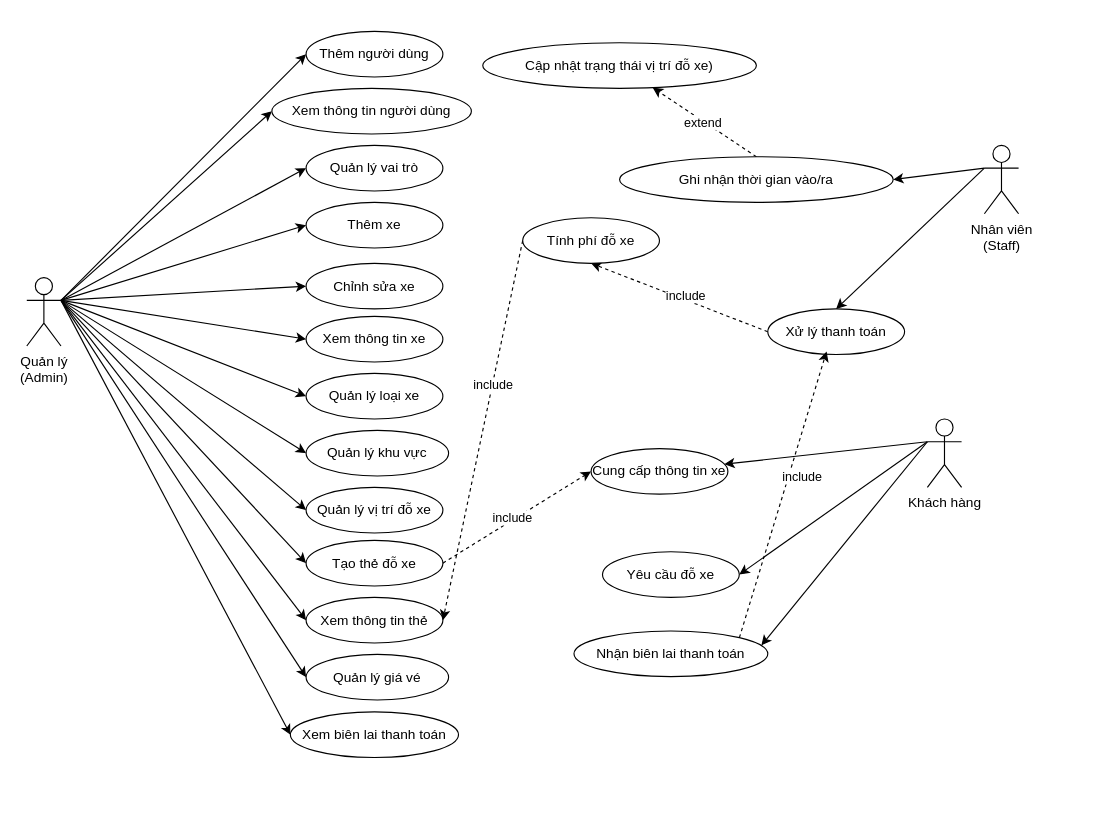
Before: page "use-case(Tổng quát)" (5 of 10) of ParkingManagement.drawio in parking-management-vh/parking-management, a draw.io diagram. Source tidied: cells renumbered, new cells numbered last; positions are measured from the earlier drawing's top-left corner, leaving out a move shared by most shapes. Both pictures are drawn from the tidied source at 114%, with x=0, y=0 at pixel (26, 31).
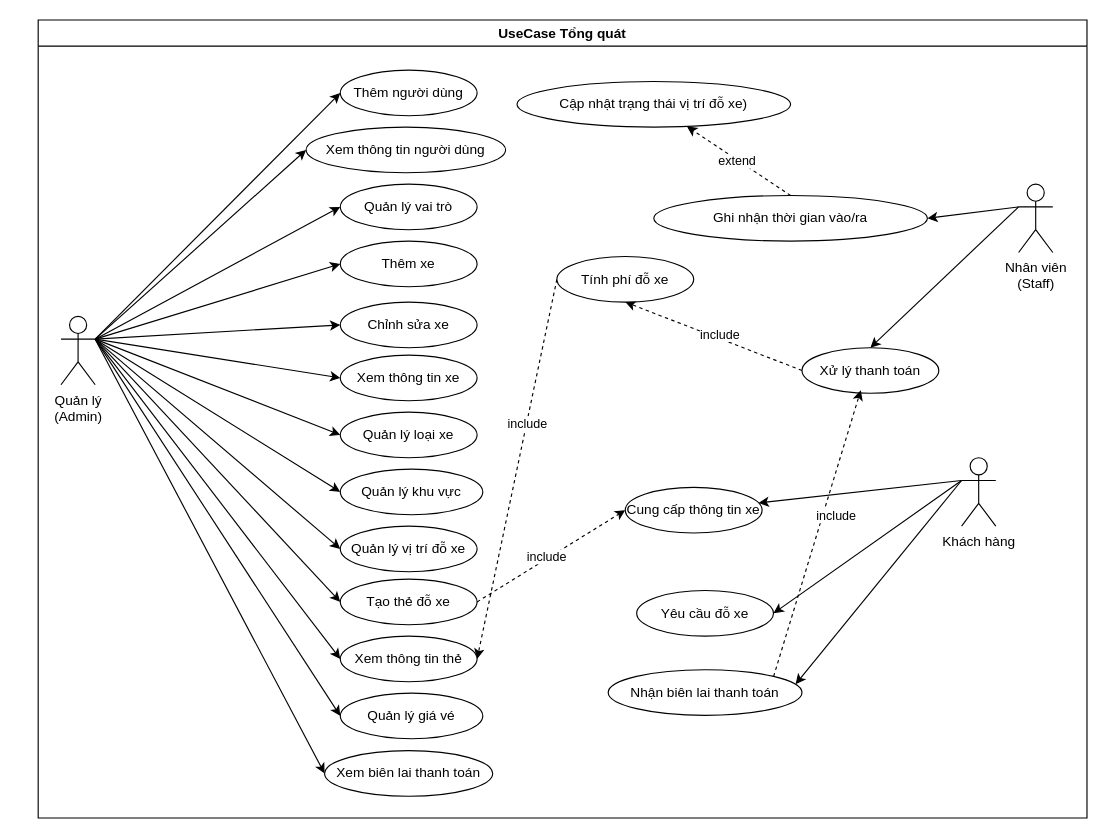
After the change.

Commit message (it also covers changes not shown here):
Cập nhật ParkingManagement.drawio

The edit, as a diff of the source:
```diff
@@
+    <mxCell id="53" value="UseCase Tổng quát" style="swimlane;whiteSpace=wrap;html=1;" parent="1" vertex="1">
+      <mxGeometry x="10" y="-10" width="920" height="700" as="geometry" />
+    </mxCell>
-    <mxCell id="2" value="Nhân viên&lt;div&gt;(Staff)&lt;/div&gt;" style="shape=umlActor;verticalLabelPosition=bottom;verticalAlign=top;html=1;outlineConnect=0;" parent="1" vertex="1">
-      <mxGeometry x="840" y="100" width="30" height="60" as="geometry" />
+    <mxCell id="2" value="Nhân viên&lt;div&gt;(Staff)&lt;/div&gt;" style="shape=umlActor;verticalLabelPosition=bottom;verticalAlign=top;html=1;outlineConnect=0;" parent="53" vertex="1">
+      <mxGeometry x="860" y="144" width="30" height="60" as="geometry" />
     </mxCell>
-    <mxCell id="3" style="rounded=0;jettySize=auto;html=1;exitX=1;exitY=0.3333333333333333;exitDx=0;exitDy=0;exitPerimeter=0;entryX=0;entryY=0.5;entryDx=0;entryDy=0;" parent="1" edge="1" source="5" target="8">
+    <mxCell id="3" style="rounded=0;jettySize=auto;html=1;exitX=1;exitY=0.3333333333333333;exitDx=0;exitDy=0;exitPerimeter=0;entryX=0;entryY=0.5;entryDx=0;entryDy=0;" parent="53" edge="1" source="5" target="8">
       <mxGeometry relative="1" as="geometry" />
     </mxCell>
-    <mxCell id="4" style="rounded=0;jettySize=auto;html=1;exitX=1;exitY=0.3333333333333333;exitDx=0;exitDy=0;exitPerimeter=0;entryX=0;entryY=0.5;entryDx=0;entryDy=0;" parent="1" edge="1" source="5" target="9">
+    <mxCell id="4" style="rounded=0;jettySize=auto;html=1;exitX=1;exitY=0.3333333333333333;exitDx=0;exitDy=0;exitPerimeter=0;entryX=0;entryY=0.5;entryDx=0;entryDy=0;" parent="53" edge="1" source="5" target="9">
       <mxGeometry relative="1" as="geometry" />
     </mxCell>
-    <mxCell id="5" value="Quản lý&lt;div&gt;(Admin)&lt;/div&gt;" style="shape=umlActor;verticalLabelPosition=bottom;verticalAlign=top;html=1;outlineConnect=0;" parent="1" vertex="1">
-      <mxGeometry y="216" width="30" height="60" as="geometry" />
+    <mxCell id="5" value="Quản lý&lt;div&gt;(Admin)&lt;/div&gt;" style="shape=umlActor;verticalLabelPosition=bottom;verticalAlign=top;html=1;outlineConnect=0;" parent="53" vertex="1">
+      <mxGeometry x="20" y="260" width="30" height="60" as="geometry" />
     </mxCell>
-    <mxCell id="6" style="rounded=0;jettySize=auto;html=1;exitX=0;exitY=0.3333333333333333;exitDx=0;exitDy=0;exitPerimeter=0;" parent="1" edge="1" source="7" target="34">
+    <mxCell id="6" style="rounded=0;jettySize=auto;html=1;exitX=0;exitY=0.3333333333333333;exitDx=0;exitDy=0;exitPerimeter=0;" parent="53" edge="1" source="7" target="34">
       <mxGeometry relative="1" as="geometry" />
     </mxCell>
-    <mxCell id="7" value="Khách hàng" style="shape=umlActor;verticalLabelPosition=bottom;verticalAlign=top;html=1;outlineConnect=0;" parent="1" vertex="1">
-      <mxGeometry x="790" y="340" width="30" height="60" as="geometry" />
+    <mxCell id="7" value="Khách hàng" style="shape=umlActor;verticalLabelPosition=bottom;verticalAlign=top;html=1;outlineConnect=0;" parent="53" vertex="1">
+      <mxGeometry x="810" y="384" width="30" height="60" as="geometry" />
     </mxCell>
-    <mxCell id="8" value="&lt;div&gt;Thêm người dùng&lt;/div&gt;" style="ellipse;whiteSpace=wrap;html=1;" parent="1" vertex="1">
-      <mxGeometry x="245" width="120" height="40" as="geometry" />
+    <mxCell id="8" value="&lt;div&gt;Thêm người dùng&lt;/div&gt;" style="ellipse;whiteSpace=wrap;html=1;" parent="53" vertex="1">
+      <mxGeometry x="265" y="44" width="120" height="40" as="geometry" />
     </mxCell>
-    <mxCell id="9" value="&lt;div&gt;Xem thông tin người dùng&lt;/div&gt;" style="ellipse;whiteSpace=wrap;html=1;" parent="1" vertex="1">
-      <mxGeometry x="215" y="50" width="175" height="40" as="geometry" />
+    <mxCell id="9" value="&lt;div&gt;Xem thông tin người dùng&lt;/div&gt;" style="ellipse;whiteSpace=wrap;html=1;" parent="53" vertex="1">
+      <mxGeometry x="235" y="94" width="175" height="40" as="geometry" />
     </mxCell>
-    <mxCell id="10" value="&lt;div&gt;Quản lý vai trò&lt;/div&gt;" style="ellipse;whiteSpace=wrap;html=1;" parent="1" vertex="1">
-      <mxGeometry x="245" y="100" width="120" height="40" as="geometry" />
+    <mxCell id="10" value="&lt;div&gt;Quản lý vai trò&lt;/div&gt;" style="ellipse;whiteSpace=wrap;html=1;" parent="53" vertex="1">
+      <mxGeometry x="265" y="144" width="120" height="40" as="geometry" />
     </mxCell>
-    <mxCell id="11" value="&lt;div&gt;Thêm xe&lt;/div&gt;" style="ellipse;whiteSpace=wrap;html=1;" parent="1" vertex="1">
-      <mxGeometry x="245" y="150" width="120" height="40" as="geometry" />
+    <mxCell id="11" value="&lt;div&gt;Thêm xe&lt;/div&gt;" style="ellipse;whiteSpace=wrap;html=1;" parent="53" vertex="1">
+      <mxGeometry x="265" y="194" width="120" height="40" as="geometry" />
     </mxCell>
-    <mxCell id="12" value="&lt;div&gt;Chỉnh sửa xe&lt;/div&gt;" style="ellipse;whiteSpace=wrap;html=1;" parent="1" vertex="1">
-      <mxGeometry x="245" y="203.5" width="120" height="40" as="geometry" />
+    <mxCell id="12" value="&lt;div&gt;Chỉnh sửa xe&lt;/div&gt;" style="ellipse;whiteSpace=wrap;html=1;" parent="53" vertex="1">
+      <mxGeometry x="265" y="247.5" width="120" height="40" as="geometry" />
     </mxCell>
-    <mxCell id="13" value="&lt;div&gt;Xem thông tin xe&lt;/div&gt;" style="ellipse;whiteSpace=wrap;html=1;" parent="1" vertex="1">
-      <mxGeometry x="245" y="250" width="120" height="40" as="geometry" />
+    <mxCell id="13" value="&lt;div&gt;Xem thông tin xe&lt;/div&gt;" style="ellipse;whiteSpace=wrap;html=1;" parent="53" vertex="1">
+      <mxGeometry x="265" y="294" width="120" height="40" as="geometry" />
     </mxCell>
-    <mxCell id="14" value="&lt;div&gt;Quản lý loại xe&lt;/div&gt;" style="ellipse;whiteSpace=wrap;html=1;" parent="1" vertex="1">
-      <mxGeometry x="245" y="300" width="120" height="40" as="geometry" />
+    <mxCell id="14" value="&lt;div&gt;Quản lý loại xe&lt;/div&gt;" style="ellipse;whiteSpace=wrap;html=1;" parent="53" vertex="1">
+      <mxGeometry x="265" y="344" width="120" height="40" as="geometry" />
     </mxCell>
-    <mxCell id="15" value="&lt;div&gt;Quản lý khu vực&lt;/div&gt;" style="ellipse;whiteSpace=wrap;html=1;" parent="1" vertex="1">
-      <mxGeometry x="245" y="350" width="125" height="40" as="geometry" />
+    <mxCell id="15" value="&lt;div&gt;Quản lý khu vực&lt;/div&gt;" style="ellipse;whiteSpace=wrap;html=1;" parent="53" vertex="1">
+      <mxGeometry x="265" y="394" width="125" height="40" as="geometry" />
     </mxCell>
-    <mxCell id="16" value="&lt;div&gt;Quản lý vị trí đỗ xe&lt;/div&gt;" style="ellipse;whiteSpace=wrap;html=1;" parent="1" vertex="1">
-      <mxGeometry x="245" y="400" width="120" height="40" as="geometry" />
+    <mxCell id="16" value="&lt;div&gt;Quản lý vị trí đỗ xe&lt;/div&gt;" style="ellipse;whiteSpace=wrap;html=1;" parent="53" vertex="1">
+      <mxGeometry x="265" y="444" width="120" height="40" as="geometry" />
     </mxCell>
-    <mxCell id="17" style="rounded=0;jettySize=auto;html=1;exitX=1;exitY=0.5;exitDx=0;exitDy=0;entryX=0;entryY=0.5;entryDx=0;entryDy=0;dashed=1;" parent="1" edge="1" source="19" target="34">
+    <mxCell id="17" style="rounded=0;jettySize=auto;html=1;exitX=1;exitY=0.5;exitDx=0;exitDy=0;entryX=0;entryY=0.5;entryDx=0;entryDy=0;dashed=1;" parent="53" edge="1" source="19" target="34">
       <mxGeometry relative="1" as="geometry" />
     </mxCell>
-    <mxCell id="18" value="&lt;div&gt;include&lt;/div&gt;" style="edgeLabel;html=1;align=center;verticalAlign=middle;" parent="17" vertex="1">
-      <mxGeometry x="-0.06" y="2" relative="1" as="geometry" />
-    </mxCell>
+    <mxCell id="54" value="&lt;div&gt;include&lt;/div&gt;" style="edgeLabel;html=1;align=center;verticalAlign=middle;" parent="17" vertex="1">
+      <mxGeometry x="-0.06" y="2" relative="1" as="geometry" />
+    </mxCell>
-    <mxCell id="19" value="&lt;div&gt;Tạo thẻ đỗ xe&lt;/div&gt;" style="ellipse;whiteSpace=wrap;html=1;" parent="1" vertex="1">
-      <mxGeometry x="245" y="446.5" width="120" height="40" as="geometry" />
+    <mxCell id="19" value="&lt;div&gt;Tạo thẻ đỗ xe&lt;/div&gt;" style="ellipse;whiteSpace=wrap;html=1;" parent="53" vertex="1">
+      <mxGeometry x="265" y="490.5" width="120" height="40" as="geometry" />
     </mxCell>
-    <mxCell id="20" value="&lt;div&gt;Xem thông tin thẻ&lt;/div&gt;" style="ellipse;whiteSpace=wrap;html=1;" parent="1" vertex="1">
-      <mxGeometry x="245" y="496.5" width="120" height="40" as="geometry" />
+    <mxCell id="20" value="&lt;div&gt;Xem thông tin thẻ&lt;/div&gt;" style="ellipse;whiteSpace=wrap;html=1;" parent="53" vertex="1">
+      <mxGeometry x="265" y="540.5" width="120" height="40" as="geometry" />
     </mxCell>
-    <mxCell id="21" value="&lt;div&gt;Quản lý giá vé&lt;/div&gt;" style="ellipse;whiteSpace=wrap;html=1;" parent="1" vertex="1">
-      <mxGeometry x="245" y="546.5" width="125" height="40" as="geometry" />
+    <mxCell id="21" value="&lt;div&gt;Quản lý giá vé&lt;/div&gt;" style="ellipse;whiteSpace=wrap;html=1;" parent="53" vertex="1">
+      <mxGeometry x="265" y="590.5" width="125" height="40" as="geometry" />
     </mxCell>
-    <mxCell id="22" value="&lt;div&gt;Xem biên lai thanh toán&lt;/div&gt;" style="ellipse;whiteSpace=wrap;html=1;" parent="1" vertex="1">
-      <mxGeometry x="231.2" y="597" width="147.5" height="40" as="geometry" />
+    <mxCell id="22" value="&lt;div&gt;Xem biên lai thanh toán&lt;/div&gt;" style="ellipse;whiteSpace=wrap;html=1;" parent="53" vertex="1">
+      <mxGeometry x="251.2" y="641" width="147.5" height="40" as="geometry" />
     </mxCell>
-    <mxCell id="23" style="rounded=0;jettySize=auto;html=1;entryX=0;entryY=0.5;entryDx=0;entryDy=0;exitX=1;exitY=0.3333333333333333;exitDx=0;exitDy=0;exitPerimeter=0;" parent="1" edge="1" source="5" target="10">
+    <mxCell id="23" style="rounded=0;jettySize=auto;html=1;entryX=0;entryY=0.5;entryDx=0;entryDy=0;exitX=1;exitY=0.3333333333333333;exitDx=0;exitDy=0;exitPerimeter=0;" parent="53" edge="1" source="5" target="10">
       <mxGeometry relative="1" as="geometry" />
     </mxCell>
-    <mxCell id="24" style="rounded=0;jettySize=auto;html=1;entryX=0;entryY=0.5;entryDx=0;entryDy=0;exitX=1;exitY=0.3333333333333333;exitDx=0;exitDy=0;exitPerimeter=0;" parent="1" edge="1" source="5" target="11">
+    <mxCell id="24" style="rounded=0;jettySize=auto;html=1;entryX=0;entryY=0.5;entryDx=0;entryDy=0;exitX=1;exitY=0.3333333333333333;exitDx=0;exitDy=0;exitPerimeter=0;" parent="53" edge="1" source="5" target="11">
       <mxGeometry relative="1" as="geometry" />
     </mxCell>
-    <mxCell id="25" style="rounded=0;jettySize=auto;html=1;exitX=1;exitY=0.3333333333333333;exitDx=0;exitDy=0;exitPerimeter=0;entryX=0;entryY=0.5;entryDx=0;entryDy=0;" parent="1" edge="1" source="5" target="12">
+    <mxCell id="25" style="rounded=0;jettySize=auto;html=1;exitX=1;exitY=0.3333333333333333;exitDx=0;exitDy=0;exitPerimeter=0;entryX=0;entryY=0.5;entryDx=0;entryDy=0;" parent="53" edge="1" source="5" target="12">
       <mxGeometry relative="1" as="geometry" />
     </mxCell>
-    <mxCell id="26" style="rounded=0;jettySize=auto;html=1;exitX=1;exitY=0.3333333333333333;exitDx=0;exitDy=0;exitPerimeter=0;entryX=0;entryY=0.5;entryDx=0;entryDy=0;" parent="1" edge="1" source="5" target="13">
+    <mxCell id="26" style="rounded=0;jettySize=auto;html=1;exitX=1;exitY=0.3333333333333333;exitDx=0;exitDy=0;exitPerimeter=0;entryX=0;entryY=0.5;entryDx=0;entryDy=0;" parent="53" edge="1" source="5" target="13">
       <mxGeometry relative="1" as="geometry" />
     </mxCell>
-    <mxCell id="27" style="rounded=0;jettySize=auto;html=1;exitX=1;exitY=0.3333333333333333;exitDx=0;exitDy=0;exitPerimeter=0;entryX=0;entryY=0.5;entryDx=0;entryDy=0;" parent="1" edge="1" source="5" target="14">
+    <mxCell id="27" style="rounded=0;jettySize=auto;html=1;exitX=1;exitY=0.3333333333333333;exitDx=0;exitDy=0;exitPerimeter=0;entryX=0;entryY=0.5;entryDx=0;entryDy=0;" parent="53" edge="1" source="5" target="14">
       <mxGeometry relative="1" as="geometry" />
     </mxCell>
-    <mxCell id="28" style="rounded=0;jettySize=auto;html=1;exitX=1;exitY=0.3333333333333333;exitDx=0;exitDy=0;exitPerimeter=0;entryX=0;entryY=0.5;entryDx=0;entryDy=0;" parent="1" edge="1" source="5" target="15">
+    <mxCell id="28" style="rounded=0;jettySize=auto;html=1;exitX=1;exitY=0.3333333333333333;exitDx=0;exitDy=0;exitPerimeter=0;entryX=0;entryY=0.5;entryDx=0;entryDy=0;" parent="53" edge="1" source="5" target="15">
       <mxGeometry relative="1" as="geometry" />
     </mxCell>
-    <mxCell id="29" style="rounded=0;jettySize=auto;html=1;exitX=1;exitY=0.3333333333333333;exitDx=0;exitDy=0;exitPerimeter=0;entryX=0;entryY=0.5;entryDx=0;entryDy=0;" parent="1" edge="1" source="5" target="16">
+    <mxCell id="29" style="rounded=0;jettySize=auto;html=1;exitX=1;exitY=0.3333333333333333;exitDx=0;exitDy=0;exitPerimeter=0;entryX=0;entryY=0.5;entryDx=0;entryDy=0;" parent="53" edge="1" source="5" target="16">
       <mxGeometry relative="1" as="geometry" />
     </mxCell>
-    <mxCell id="30" style="rounded=0;jettySize=auto;html=1;exitX=1;exitY=0.3333333333333333;exitDx=0;exitDy=0;exitPerimeter=0;entryX=0;entryY=0.5;entryDx=0;entryDy=0;" parent="1" edge="1" source="5" target="19">
+    <mxCell id="30" style="rounded=0;jettySize=auto;html=1;exitX=1;exitY=0.3333333333333333;exitDx=0;exitDy=0;exitPerimeter=0;entryX=0;entryY=0.5;entryDx=0;entryDy=0;" parent="53" edge="1" source="5" target="19">
       <mxGeometry relative="1" as="geometry" />
     </mxCell>
-    <mxCell id="31" style="rounded=0;jettySize=auto;html=1;exitX=1;exitY=0.3333333333333333;exitDx=0;exitDy=0;exitPerimeter=0;entryX=0;entryY=0.5;entryDx=0;entryDy=0;" parent="1" edge="1" source="5" target="20">
+    <mxCell id="31" style="rounded=0;jettySize=auto;html=1;exitX=1;exitY=0.3333333333333333;exitDx=0;exitDy=0;exitPerimeter=0;entryX=0;entryY=0.5;entryDx=0;entryDy=0;" parent="53" edge="1" source="5" target="20">
       <mxGeometry relative="1" as="geometry" />
     </mxCell>
-    <mxCell id="32" style="rounded=0;jettySize=auto;html=1;exitX=1;exitY=0.3333333333333333;exitDx=0;exitDy=0;exitPerimeter=0;entryX=0;entryY=0.5;entryDx=0;entryDy=0;" parent="1" edge="1" source="5" target="21">
+    <mxCell id="32" style="rounded=0;jettySize=auto;html=1;exitX=1;exitY=0.3333333333333333;exitDx=0;exitDy=0;exitPerimeter=0;entryX=0;entryY=0.5;entryDx=0;entryDy=0;" parent="53" edge="1" source="5" target="21">
       <mxGeometry relative="1" as="geometry" />
     </mxCell>
-    <mxCell id="33" style="rounded=0;jettySize=auto;html=1;exitX=1;exitY=0.3333333333333333;exitDx=0;exitDy=0;exitPerimeter=0;entryX=0;entryY=0.5;entryDx=0;entryDy=0;" parent="1" edge="1" source="5" target="22">
+    <mxCell id="33" style="rounded=0;jettySize=auto;html=1;exitX=1;exitY=0.3333333333333333;exitDx=0;exitDy=0;exitPerimeter=0;entryX=0;entryY=0.5;entryDx=0;entryDy=0;" parent="53" edge="1" source="5" target="22">
       <mxGeometry relative="1" as="geometry" />
     </mxCell>
-    <mxCell id="34" value="&lt;div&gt;Cung cấp thông tin xe&lt;/div&gt;" style="ellipse;whiteSpace=wrap;html=1;" parent="1" vertex="1">
-      <mxGeometry x="495" y="366" width="120" height="40" as="geometry" />
+    <mxCell id="34" value="&lt;div&gt;Cung cấp thông tin xe&lt;/div&gt;" style="ellipse;whiteSpace=wrap;html=1;" parent="53" vertex="1">
+      <mxGeometry x="515" y="410" width="120" height="40" as="geometry" />
     </mxCell>
-    <mxCell id="35" value="&lt;div&gt;Yêu cầu đỗ xe&lt;/div&gt;" style="ellipse;whiteSpace=wrap;html=1;" parent="1" vertex="1">
-      <mxGeometry x="505" y="456.5" width="120" height="40" as="geometry" />
+    <mxCell id="35" value="&lt;div&gt;Yêu cầu đỗ xe&lt;/div&gt;" style="ellipse;whiteSpace=wrap;html=1;" parent="53" vertex="1">
+      <mxGeometry x="525" y="500.5" width="120" height="40" as="geometry" />
     </mxCell>
-    <mxCell id="36" value="&lt;div&gt;Nhận biên lai thanh toán&lt;/div&gt;" style="ellipse;whiteSpace=wrap;html=1;" parent="1" vertex="1">
-      <mxGeometry x="480" y="526" width="170" height="40" as="geometry" />
+    <mxCell id="36" value="&lt;div&gt;Nhận biên lai thanh toán&lt;/div&gt;" style="ellipse;whiteSpace=wrap;html=1;" parent="53" vertex="1">
+      <mxGeometry x="500" y="570" width="170" height="40" as="geometry" />
     </mxCell>
-    <mxCell id="37" style="rounded=0;jettySize=auto;html=1;exitX=0.5;exitY=0;exitDx=0;exitDy=0;dashed=1;" parent="1" edge="1" source="39" target="43">
+    <mxCell id="37" style="rounded=0;jettySize=auto;html=1;exitX=0.5;exitY=0;exitDx=0;exitDy=0;dashed=1;" parent="53" edge="1" source="39" target="43">
       <mxGeometry relative="1" as="geometry" />
     </mxCell>
@@
-    <mxCell id="39" value="&lt;div&gt;Ghi nhận thời gian vào/ra&lt;/div&gt;" style="ellipse;whiteSpace=wrap;html=1;" parent="1" vertex="1">
-      <mxGeometry x="520" y="110" width="240" height="40" as="geometry" />
+    <mxCell id="39" value="&lt;div&gt;Ghi nhận thời gian vào/ra&lt;/div&gt;" style="ellipse;whiteSpace=wrap;html=1;" parent="53" vertex="1">
+      <mxGeometry x="540" y="154" width="240" height="40" as="geometry" />
     </mxCell>
-    <mxCell id="40" style="rounded=0;jettySize=auto;html=1;exitX=0;exitY=0.5;exitDx=0;exitDy=0;entryX=0.5;entryY=1;entryDx=0;entryDy=0;dashed=1;" parent="1" edge="1" source="42" target="46">
+    <mxCell id="40" style="rounded=0;jettySize=auto;html=1;exitX=0;exitY=0.5;exitDx=0;exitDy=0;entryX=0.5;entryY=1;entryDx=0;entryDy=0;dashed=1;" parent="53" edge="1" source="42" target="46">
       <mxGeometry relative="1" as="geometry" />
     </mxCell>
-    <mxCell id="41" value="&lt;div&gt;include&lt;/div&gt;" style="edgeLabel;html=1;align=center;verticalAlign=middle;" parent="40" vertex="1">
-      <mxGeometry x="-0.05" y="-4" relative="1" as="geometry" />
-    </mxCell>
+    <mxCell id="55" value="&lt;div&gt;include&lt;/div&gt;" style="edgeLabel;html=1;align=center;verticalAlign=middle;" parent="40" vertex="1">
+      <mxGeometry x="-0.05" y="-4" relative="1" as="geometry" />
+    </mxCell>
-    <mxCell id="42" value="&lt;div&gt;Xử lý thanh toán&lt;/div&gt;" style="ellipse;whiteSpace=wrap;html=1;" parent="1" vertex="1">
-      <mxGeometry x="650" y="243.5" width="120" height="40" as="geometry" />
+    <mxCell id="42" value="&lt;div&gt;Xử lý thanh toán&lt;/div&gt;" style="ellipse;whiteSpace=wrap;html=1;" parent="53" vertex="1">
+      <mxGeometry x="670" y="287.5" width="120" height="40" as="geometry" />
     </mxCell>
-    <mxCell id="43" value="&lt;div&gt;Cập nhật trạng thái vị trí đỗ xe)&lt;/div&gt;" style="ellipse;whiteSpace=wrap;html=1;" parent="1" vertex="1">
-      <mxGeometry x="400" y="10" width="240" height="40" as="geometry" />
+    <mxCell id="43" value="&lt;div&gt;Cập nhật trạng thái vị trí đỗ xe)&lt;/div&gt;" style="ellipse;whiteSpace=wrap;html=1;" parent="53" vertex="1">
+      <mxGeometry x="420" y="54" width="240" height="40" as="geometry" />
     </mxCell>
-    <mxCell id="44" style="rounded=0;jettySize=auto;html=1;exitX=0;exitY=0.5;exitDx=0;exitDy=0;entryX=1;entryY=0.5;entryDx=0;entryDy=0;dashed=1;" parent="1" edge="1" source="46" target="20">
+    <mxCell id="44" style="rounded=0;jettySize=auto;html=1;exitX=0;exitY=0.5;exitDx=0;exitDy=0;entryX=1;entryY=0.5;entryDx=0;entryDy=0;dashed=1;" parent="53" edge="1" source="46" target="20">
       <mxGeometry relative="1" as="geometry" />
     </mxCell>
-    <mxCell id="45" value="&lt;div&gt;include&lt;/div&gt;" style="edgeLabel;html=1;align=center;verticalAlign=middle;" parent="44" vertex="1">
-      <mxGeometry x="-0.24" relative="1" as="geometry" />
-    </mxCell>
+    <mxCell id="56" value="&lt;div&gt;include&lt;/div&gt;" style="edgeLabel;html=1;align=center;verticalAlign=middle;" parent="44" vertex="1">
+      <mxGeometry x="-0.24" relative="1" as="geometry" />
+    </mxCell>
-    <mxCell id="46" value="&lt;div&gt;Tính phí đỗ xe&lt;/div&gt;" style="ellipse;whiteSpace=wrap;html=1;" parent="1" vertex="1">
-      <mxGeometry x="435" y="163.5" width="120" height="40" as="geometry" />
+    <mxCell id="46" value="&lt;div&gt;Tính phí đỗ xe&lt;/div&gt;" style="ellipse;whiteSpace=wrap;html=1;" parent="53" vertex="1">
+      <mxGeometry x="455" y="207.5" width="120" height="40" as="geometry" />
     </mxCell>
-    <mxCell id="47" style="rounded=0;jettySize=auto;html=1;exitX=1;exitY=0;exitDx=0;exitDy=0;entryX=0.43;entryY=0.931;entryDx=0;entryDy=0;entryPerimeter=0;dashed=1;" parent="1" edge="1" source="36" target="42">
+    <mxCell id="47" style="rounded=0;jettySize=auto;html=1;exitX=1;exitY=0;exitDx=0;exitDy=0;entryX=0.43;entryY=0.931;entryDx=0;entryDy=0;entryPerimeter=0;dashed=1;" parent="53" edge="1" source="36" target="42">
       <mxGeometry relative="1" as="geometry" />
     </mxCell>
-    <mxCell id="48" value="&lt;div&gt;include&lt;/div&gt;" style="edgeLabel;html=1;align=center;verticalAlign=middle;" parent="47" vertex="1">
-      <mxGeometry x="0.32" y="-2" relative="1" as="geometry">
-        <mxPoint x="2" y="24" as="offset" />
-      </mxGeometry>
-    </mxCell>
+    <mxCell id="57" value="&lt;div&gt;include&lt;/div&gt;" style="edgeLabel;html=1;align=center;verticalAlign=middle;" parent="47" vertex="1">
+      <mxGeometry x="0.32" y="-2" relative="1" as="geometry">
+        <mxPoint x="2" y="24" as="offset" />
+      </mxGeometry>
+    </mxCell>
-    <mxCell id="49" style="rounded=0;jettySize=auto;html=1;exitX=0;exitY=0.3333333333333333;exitDx=0;exitDy=0;exitPerimeter=0;entryX=1;entryY=0.5;entryDx=0;entryDy=0;" parent="1" edge="1" source="7" target="35">
+    <mxCell id="49" style="rounded=0;jettySize=auto;html=1;exitX=0;exitY=0.3333333333333333;exitDx=0;exitDy=0;exitPerimeter=0;entryX=1;entryY=0.5;entryDx=0;entryDy=0;" parent="53" edge="1" source="7" target="35">
       <mxGeometry relative="1" as="geometry" />
     </mxCell>
-    <mxCell id="50" style="rounded=0;jettySize=auto;html=1;entryX=0.967;entryY=0.316;entryDx=0;entryDy=0;entryPerimeter=0;exitX=0;exitY=0.3333333333333333;exitDx=0;exitDy=0;exitPerimeter=0;" parent="1" edge="1" source="7" target="36">
+    <mxCell id="50" style="rounded=0;jettySize=auto;html=1;entryX=0.967;entryY=0.316;entryDx=0;entryDy=0;entryPerimeter=0;exitX=0;exitY=0.3333333333333333;exitDx=0;exitDy=0;exitPerimeter=0;" parent="53" edge="1" source="7" target="36">
       <mxGeometry relative="1" as="geometry" />
     </mxCell>
-    <mxCell id="51" style="rounded=0;jettySize=auto;html=1;entryX=1;entryY=0.5;entryDx=0;entryDy=0;exitX=0;exitY=0.3333333333333333;exitDx=0;exitDy=0;exitPerimeter=0;" parent="1" edge="1" source="2" target="39">
+    <mxCell id="51" style="rounded=0;jettySize=auto;html=1;entryX=1;entryY=0.5;entryDx=0;entryDy=0;exitX=0;exitY=0.3333333333333333;exitDx=0;exitDy=0;exitPerimeter=0;" parent="53" edge="1" source="2" target="39">
       <mxGeometry relative="1" as="geometry" />
     </mxCell>
-    <mxCell id="52" style="rounded=0;jettySize=auto;html=1;entryX=0.5;entryY=0;entryDx=0;entryDy=0;exitX=0;exitY=0.3333333333333333;exitDx=0;exitDy=0;exitPerimeter=0;" parent="1" edge="1" source="2" target="42">
+    <mxCell id="52" style="rounded=0;jettySize=auto;html=1;entryX=0.5;entryY=0;entryDx=0;entryDy=0;exitX=0;exitY=0.3333333333333333;exitDx=0;exitDy=0;exitPerimeter=0;" parent="53" edge="1" source="2" target="42">
       <mxGeometry relative="1" as="geometry" />
     </mxCell>
```
